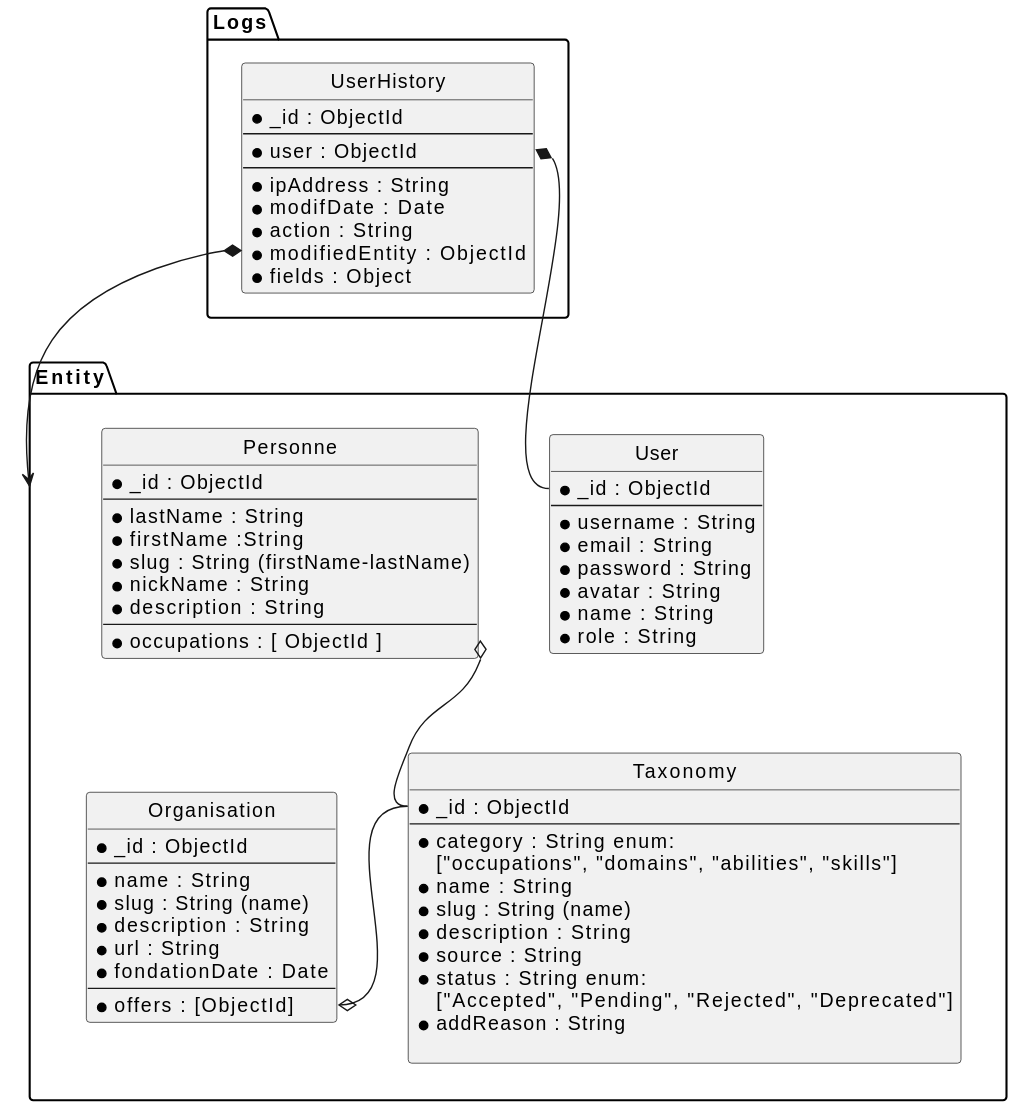
Above: doc/bd-structure.svg in Avantage-Numerique/bdsol-api (PlantUML), before the change. The source it was exported from:
```plantuml
@startuml
hide circle
package Entity {
  entity "Personne" as pers {
    *_id : ObjectId
    --
    *lastName : String
    *firstName :String
    *slug : String (firstName-lastName)
    *nickName : String
    *description : String
    --
    *occupations : [ ObjectId ]
  }

  entity "Taxonomy" as taxo {
    *_id : ObjectId
    --
    *category : String enum:
    ["occupations", "domains", "abilities", "skills"]
    *name : String
    *slug : String (name)
    *description : String
    *source : String
    *status : String enum:
      ["Accepted", "Pending", "Rejected", "Deprecated"]
    *addReason : String

  }

  entity "Organisation" as org {
    *_id : ObjectId
    --
    *name : String
    *slug : String (name)
    *description : String
    *url : String
    *fondationDate : Date
    --
    *offers : [ObjectId]
  }


  entity "User" as usr {
    *_id : ObjectId
    --
    *username : String
    *email : String
    *password : String
    *avatar : String
    *name : String
    *role : String
  }
}
package Logs {
  entity "UserHistory" as usrhst {
    *_id : ObjectId
    --
    *user : ObjectId
    --
    *ipAddress : String
    *modifDate : Date
    *action : String
    *modifiedEntity : ObjectId
    *fields : Object
  }
}

pers::occupations o-r- taxo::_id
org::offers o-r- taxo::_id
usrhst::user *-- usr::_id
usrhst::modifiedEntity *-l-> Entity

pers -[hidden]d- org
pers -[hidden]r- usr
@enduml
```
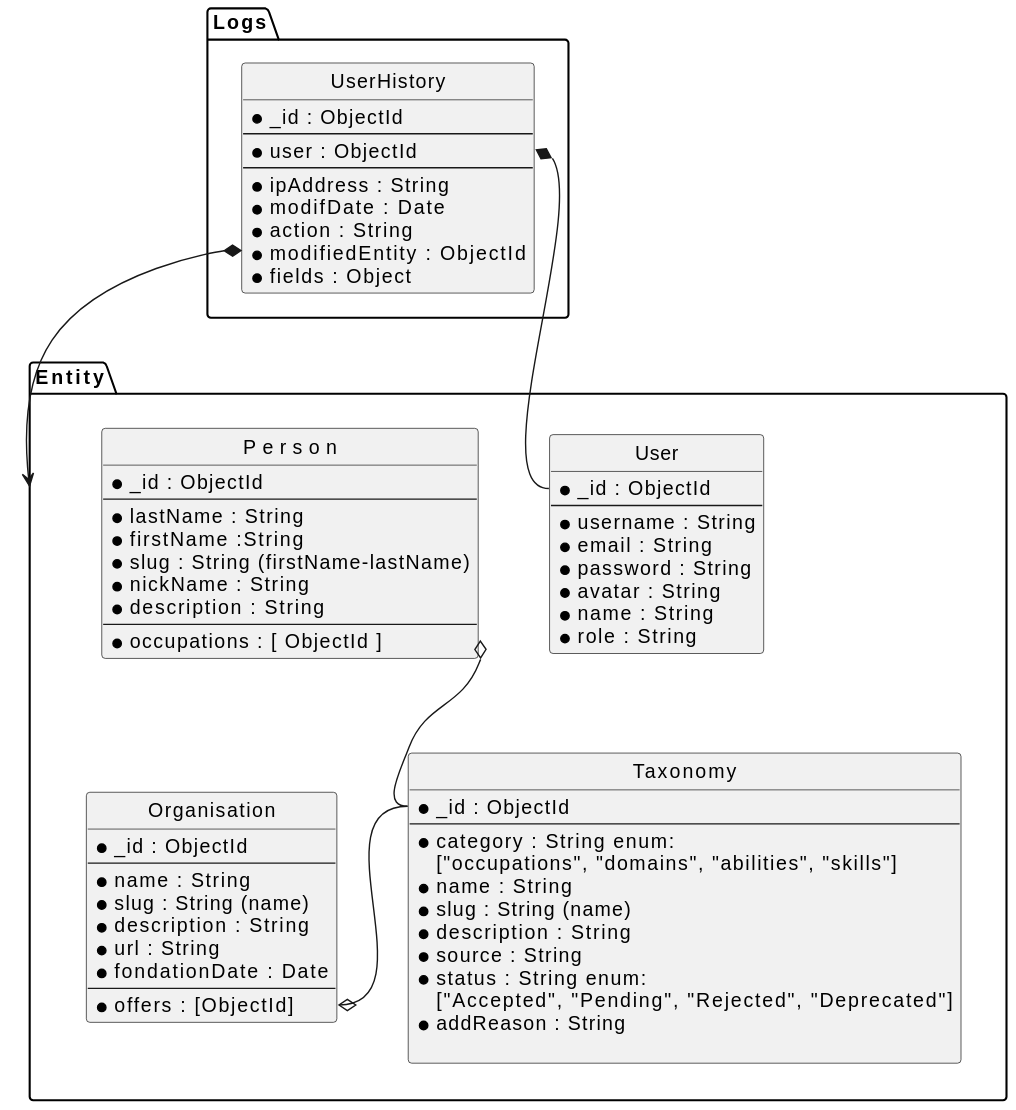
After the change.

Diff of the diagram source:
```diff
@@ -1,7 +1,7 @@
-@startuml
+@startuml "BDSOL-UML"
 hide circle
 package Entity {
-  entity "Personne" as pers {
+  entity "Person" as pers {
     *_id : ObjectId
     --
     *lastName : String
@@ -73,4 +73,5 @@
 
 pers -[hidden]d- org
 pers -[hidden]r- usr
+
 @enduml
```
